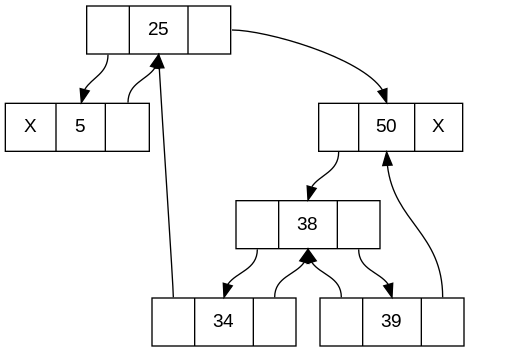
This is diagram.png from radwanCS/Data-Structure-Visualization-with-Graphviz, a Graphviz export, as it was before one commit. Its source is kept beside it as diagram.dot.
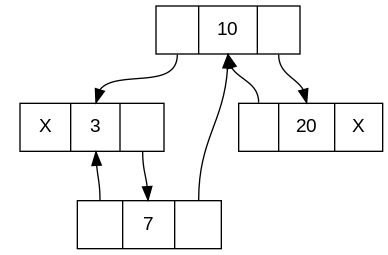
Above is the later version.

Diff of the diagram source:
```diff
@@ -1,26 +1,18 @@
 digraph LTBT{
 	node [fontname="Arial", shape=record, height=0.5, width=1.5];
-	25 [label="<left> |<data> 25 |<right> "];
-	5 [label="<left> X|<data> 5 |<right> "];
-	50 [label="<left> |<data> 50 |<right> X"];
-	25 [label="<left> |<data> 25 |<right> "];
-	38 [label="<left> |<data> 38 |<right> "];
-	5 [label="<left> X|<data> 5 |<right> "];
-	50 [label="<left> |<data> 50 |<right> X"];
-	34 [label="<left> |<data> 34 |<right> "];
-	39 [label="<left> |<data> 39 |<right> "];
+	10 [label="<left> |<data> 10 |<right> "];
+	3 [label="<left> X|<data> 3 |<right> "];
+	20 [label="<left> |<data> 20 |<right> X"];
+	7 [label="<left> |<data> 7 |<right> "];
+	10 [label="<left> |<data> 10 |<right> "];
 	NULL1 [shape=point style=invis];
-	5:left -> NULL1 [style=invis];
-	5:right -> 25:data;
-	25:left -> 5:data;
-	25:right -> 50:data;
-	34:left -> 25:data;
-	34:right -> 38:data;
-	38:left -> 34:data;
-	38:right -> 39:data;
-	39:left -> 38:data;
-	39:right -> 50:data;
-	50:left -> 38:data;
+	3:left -> NULL1 [style=invis];
+	3:right -> 7:data;
+	7:left -> 3:data;
+	7:right -> 10:data;
+	10:left -> 3:data;
+	10:right -> 20:data;
+	20:left -> 10:data;
 	NULL2 [shape=point style=invis];
-	50:right -> NULL2 [style=invis];
+	20:right -> NULL2 [style=invis];
 }
```
